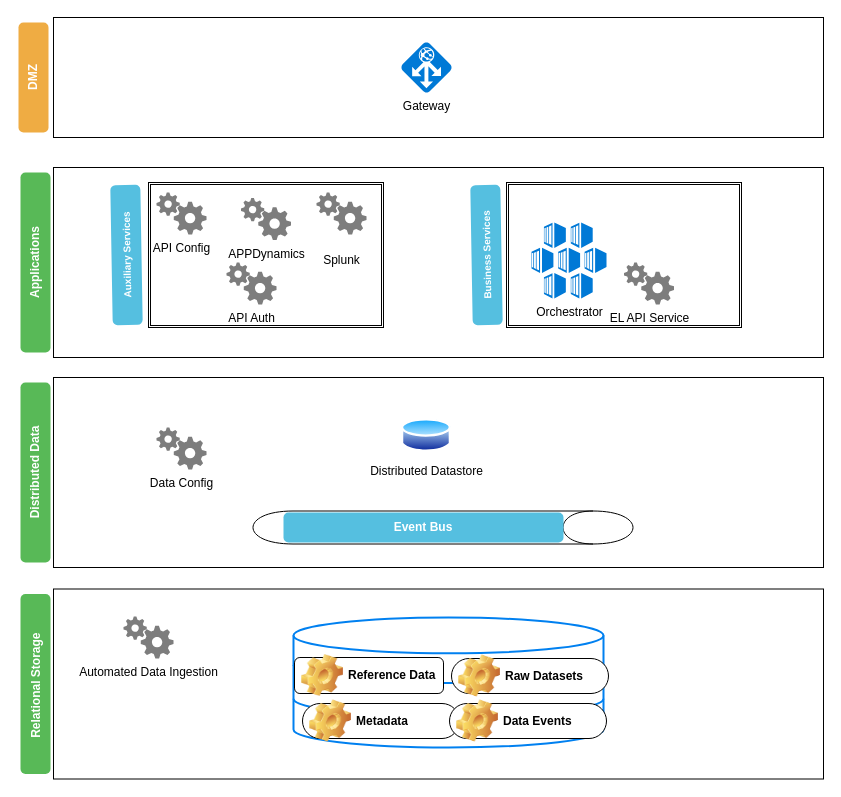
kpbindu/Diagrams keeps this draw.io diagram as RevisedTargetArch.drawio. Above is the earlier version. Source tidied: cells renumbered, new cells numbered last; positions are measured from the earlier drawing's top-left corner, leaving out a move shared by most shapes. Both pictures are drawn from the tidied source at 100%, with x=0, y=0 at pixel (-55, 17).
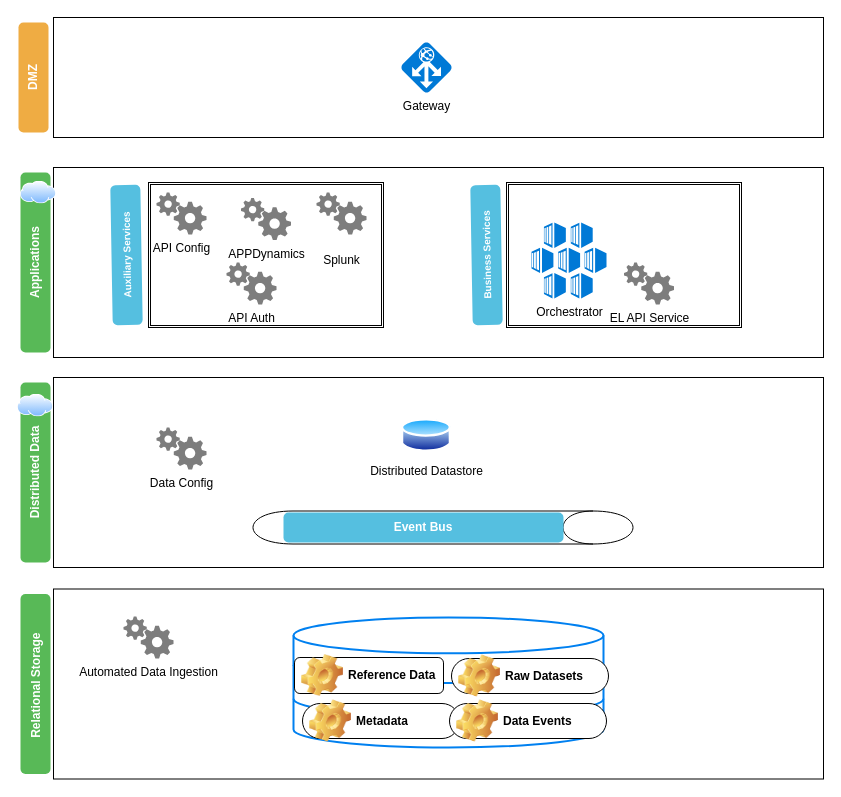
Above is the later version.

Diff of the diagram source:
```diff
@@
+    <mxCell id="31" style="perimeter=ellipsePerimeter;html=1;align=center;shadow=0;dashed=0;spacingTop=3;image;image=img/lib/active_directory/internet_cloud.svg;" parent="1" vertex="1">
+      <mxGeometry x="75" y="163.5" width="36" height="23" as="geometry" />
+    </mxCell>
+    <mxCell id="32" style="perimeter=ellipsePerimeter;html=1;align=center;shadow=0;dashed=0;spacingTop=3;image;image=img/lib/active_directory/internet_cloud.svg;" parent="1" vertex="1">
+      <mxGeometry x="72" y="376.5" width="36" height="23" as="geometry" />
+    </mxCell>
```
